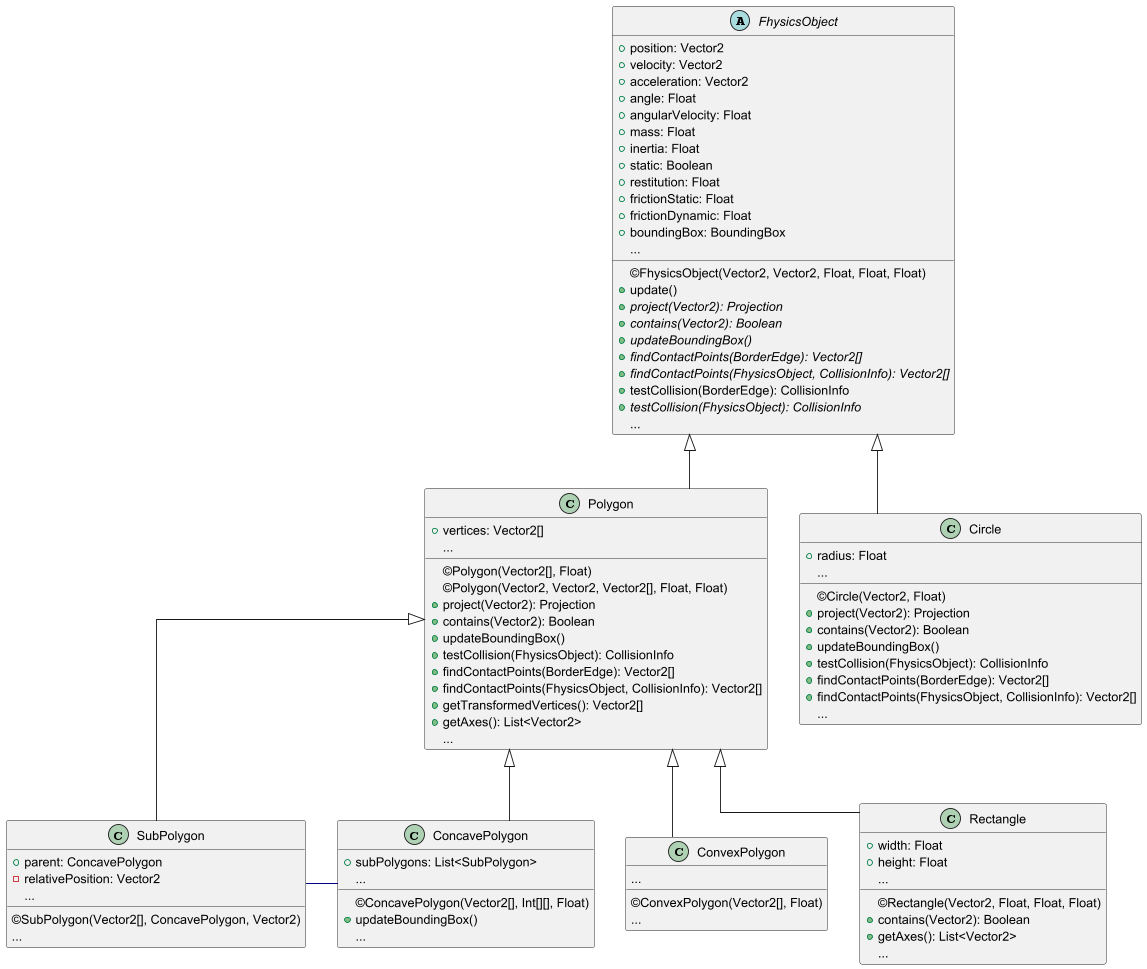
Above: diagrams/FhysicsObjects.png in OfficerYoda/Fhysics (PlantUML), before the change.
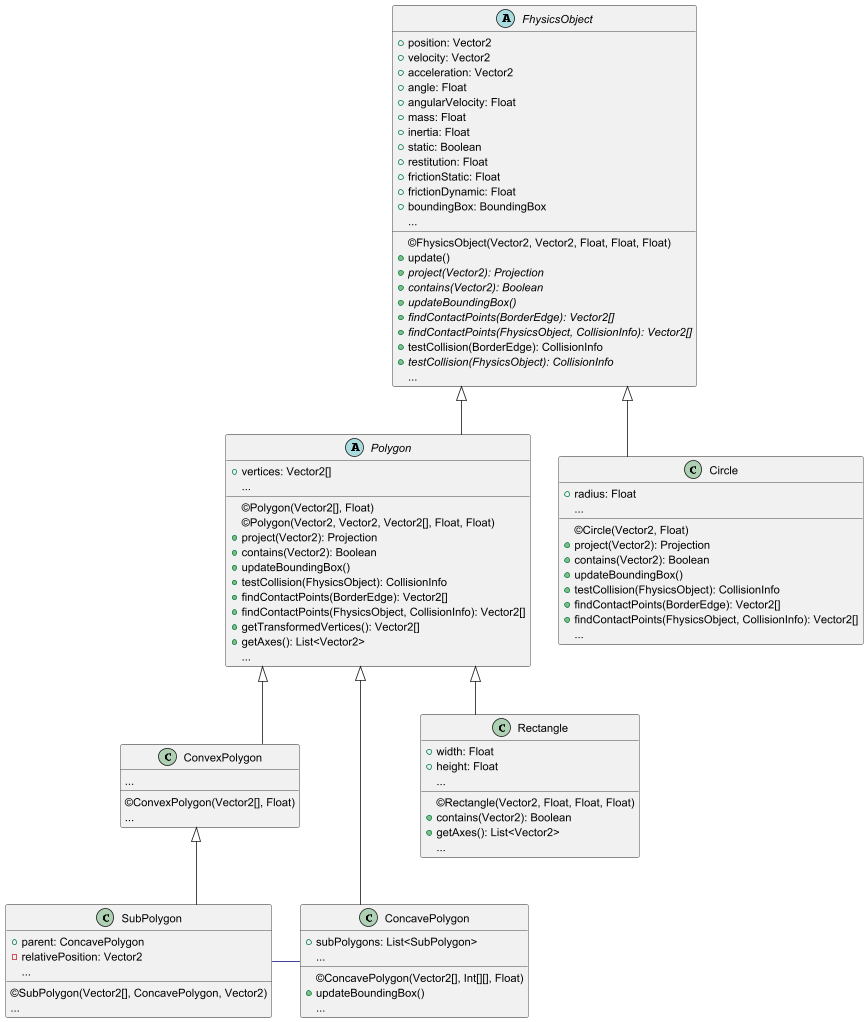
The same diagram one commit later.

Commit message:
Sub-Polygon now inherits from ConcavePolygon

Change to the diagram source:
```diff
@@ -42,7 +42,7 @@
     {method} ...
 }
 
-class Polygon {
+abstract class Polygon {
     + vertices: Vector2[]
     {field} ...
     ©Polygon(Vector2[], Float)
@@ -95,6 +95,6 @@
 ConvexPolygon      -u-|>  Polygon
 Polygon            -u-|>  FhysicsObject
 Rectangle          -u-|>  Polygon
-SubPolygon         -u-|>  Polygon
+SubPolygon         -u-|>  ConvexPolygon
 ConcavePolygon     -l[#000082]- SubPolygon
 @enduml
```
